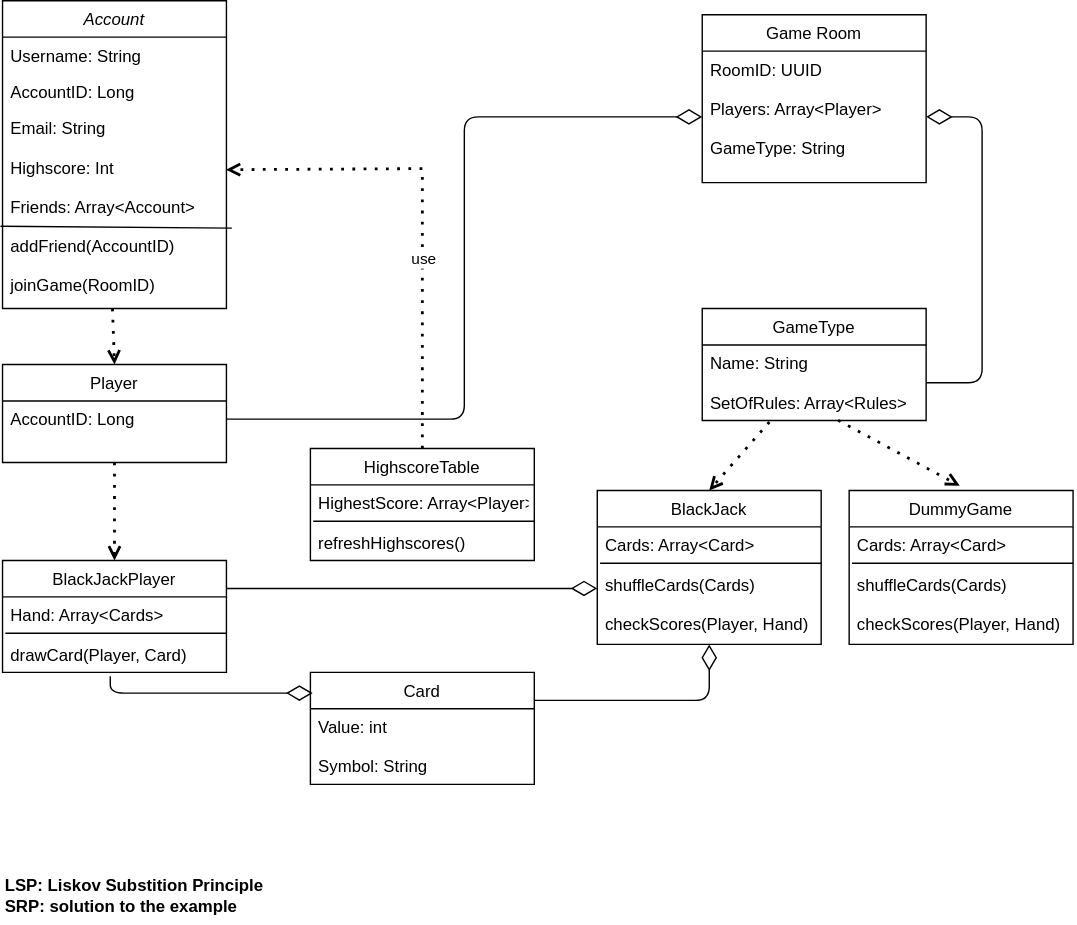
Above: Documentation/CRC.svg in SE-TINF22B6/time2shine (draw.io), before the change. Source tidied: cells renumbered, new cells last; positions are measured from the earlier drawing's top-left corner, leaving out a move shared by most shapes. Source of this version:
```xml
<mxGraphModel>
  <root>
    <mxCell id="0" />
    <mxCell id="1" parent="0" />
    <mxCell id="2" value="Account" style="swimlane;fontStyle=2;align=center;verticalAlign=top;horizontal=1;startSize=26;rounded=0;shadow=0;strokeWidth=1;" parent="1" vertex="1">
      <mxGeometry width="160" height="220" as="geometry" />
    </mxCell>
    <mxCell id="3" value="Username: String" style="text;align=left;verticalAlign=top;spacingLeft=4;spacingRight=4;overflow=hidden;" parent="2" vertex="1">
      <mxGeometry y="26" width="160" height="26" as="geometry" />
    </mxCell>
    <mxCell id="4" value="AccountID: Long" style="text;align=left;verticalAlign=top;spacingLeft=4;spacingRight=4;overflow=hidden;rounded=0;shadow=0;html=0;" parent="2" vertex="1">
      <mxGeometry y="52" width="160" height="26" as="geometry" />
    </mxCell>
    <mxCell id="5" value="Email: String&#10;&#10;Highscore: Int&#10;&#10;Friends: Array&lt;Account&gt;&#10;&#10;addFriend(AccountID)&#10;&#10;joinGame(RoomID)" style="text;align=left;verticalAlign=top;spacingLeft=4;spacingRight=4;overflow=hidden;points=[[0,0.5],[1,0.5]];portConstraint=eastwest;rounded=0;shadow=0;html=0;" parent="2" vertex="1">
      <mxGeometry y="78" width="160" height="142" as="geometry" />
    </mxCell>
    <mxCell id="6" style="endArrow=none;html=1;rounded=0;exitX=1.024;exitY=0.595;exitDx=0;exitDy=0;exitPerimeter=0;entryX=-0.009;entryY=0.586;entryDx=0;entryDy=0;entryPerimeter=0;" parent="2" edge="1" source="5" target="5">
      <mxGeometry relative="1" as="geometry" />
    </mxCell>
    <mxCell id="7" value="Game Room" style="swimlane;fontStyle=0;align=center;verticalAlign=top;horizontal=1;startSize=26;rounded=0;shadow=0;strokeWidth=1;" parent="1" vertex="1">
      <mxGeometry x="500" y="10" width="160" height="120" as="geometry" />
    </mxCell>
    <mxCell id="8" value="RoomID: UUID&#10;&#10;Players: Array&lt;Player&gt;&#10;&#10;GameType: String" style="text;align=left;verticalAlign=top;spacingLeft=4;spacingRight=4;overflow=hidden;points=[[0,0.5],[1,0.5]];portConstraint=eastwest;" parent="7" vertex="1">
      <mxGeometry y="26" width="160" height="94" as="geometry" />
    </mxCell>
    <mxCell id="9" value="Player" style="swimlane;fontStyle=0;align=center;verticalAlign=top;horizontal=1;startSize=26;rounded=0;shadow=0;strokeWidth=1;" parent="1" vertex="1">
      <mxGeometry y="260" width="160" height="70" as="geometry" />
    </mxCell>
    <mxCell id="10" value="AccountID: Long" style="text;align=left;verticalAlign=top;spacingLeft=4;spacingRight=4;overflow=hidden;points=[[0,0.5],[1,0.5]];portConstraint=eastwest;" parent="9" vertex="1">
      <mxGeometry y="26" width="160" height="26" as="geometry" />
    </mxCell>
    <mxCell id="11" value="GameType" style="swimlane;fontStyle=0;align=center;verticalAlign=top;horizontal=1;startSize=26;rounded=0;shadow=0;strokeWidth=1;" parent="1" vertex="1">
      <mxGeometry x="500" y="220" width="160" height="80" as="geometry" />
    </mxCell>
    <mxCell id="12" value="Name: String&#10;&#10;SetOfRules: Array&lt;Rules&gt;" style="text;align=left;verticalAlign=top;spacingLeft=4;spacingRight=4;overflow=hidden;points=[[0,0.5],[1,0.5]];portConstraint=eastwest;" parent="11" vertex="1">
      <mxGeometry y="26" width="160" height="54" as="geometry" />
    </mxCell>
    <mxCell id="13" value="HighscoreTable" style="swimlane;fontStyle=0;align=center;verticalAlign=top;horizontal=1;startSize=26;rounded=0;shadow=0;strokeWidth=1;" parent="1" vertex="1">
      <mxGeometry x="220" y="320" width="160" height="80" as="geometry" />
    </mxCell>
    <mxCell id="14" value="HighestScore: Array&lt;Player&gt;&#10;&#10;refreshHighscores()" style="text;align=left;verticalAlign=top;spacingLeft=4;spacingRight=4;overflow=hidden;" parent="13" vertex="1">
      <mxGeometry y="26" width="160" height="54" as="geometry" />
    </mxCell>
    <mxCell id="15" style="endArrow=none;html=1;rounded=0;exitX=0.992;exitY=0.731;exitDx=0;exitDy=0;exitPerimeter=0;entryX=0.008;entryY=0.731;entryDx=0;entryDy=0;entryPerimeter=0;" parent="13" edge="1">
      <mxGeometry relative="1" as="geometry">
        <mxPoint x="160" y="52" as="sourcePoint" />
        <mxPoint x="2" y="52" as="targetPoint" />
      </mxGeometry>
    </mxCell>
    <mxCell id="16" style="endArrow=open;dashed=1;html=1;dashPattern=1 3;strokeWidth=2;rounded=0;exitX=0.491;exitY=1;exitDx=0;exitDy=0;exitPerimeter=0;entryX=0.5;entryY=0;entryDx=0;entryDy=0;" parent="1" edge="1" source="5" target="9">
      <mxGeometry relative="1" as="geometry" />
    </mxCell>
    <mxCell id="17" style="endArrow=open;dashed=1;html=1;dashPattern=1 3;strokeWidth=2;rounded=0;exitX=0.5;exitY=0;exitDx=0;exitDy=0;entryX=0.998;entryY=0.301;entryDx=0;entryDy=0;entryPerimeter=0;" parent="1" edge="1" source="13" target="5">
      <mxGeometry relative="1" as="geometry">
        <Array as="points">
          <mxPoint x="300" y="120" />
        </Array>
      </mxGeometry>
    </mxCell>
    <mxCell id="18" value="use" style="edgeLabel;html=1;align=center;verticalAlign=middle;" parent="17" vertex="1">
      <mxGeometry x="-0.21" y="-1" relative="1" as="geometry" />
    </mxCell>
    <mxCell id="19" style="edgeStyle=orthogonalEdgeStyle;html=1;labelBackgroundColor=none;startFill=0;startSize=8;endArrow=diamondThin;endFill=0;endSize=16;fontFamily=Verdana;fontSize=12;exitX=1;exitY=0.5;exitDx=0;exitDy=0;entryX=1;entryY=0.5;entryDx=0;entryDy=0;" parent="1" edge="1" source="12" target="8">
      <mxGeometry relative="1" as="geometry">
        <Array as="points">
          <mxPoint x="700" y="273" />
          <mxPoint x="700" y="83" />
        </Array>
      </mxGeometry>
    </mxCell>
    <mxCell id="20" style="edgeStyle=orthogonalEdgeStyle;html=1;labelBackgroundColor=none;startFill=0;startSize=8;endArrow=diamondThin;endFill=0;endSize=16;fontFamily=Verdana;fontSize=12;" parent="1" edge="1" source="10" target="8">
      <mxGeometry relative="1" as="geometry" />
    </mxCell>
    <mxCell id="21" value="BlackJack" style="swimlane;fontStyle=0;align=center;verticalAlign=top;horizontal=1;startSize=26;rounded=0;shadow=0;strokeWidth=1;" parent="1" vertex="1">
      <mxGeometry x="425" y="350" width="160" height="110" as="geometry" />
    </mxCell>
    <mxCell id="22" value="Cards: Array&lt;Card&gt;&#10;&#10;shuffleCards(Cards)&#10;&#10;checkScores(Player, Hand)" style="text;align=left;verticalAlign=top;spacingLeft=4;spacingRight=4;overflow=hidden;" parent="21" vertex="1">
      <mxGeometry y="26" width="160" height="84" as="geometry" />
    </mxCell>
    <mxCell id="23" style="endArrow=none;html=1;rounded=0;exitX=0.992;exitY=0.731;exitDx=0;exitDy=0;exitPerimeter=0;entryX=0.008;entryY=0.731;entryDx=0;entryDy=0;entryPerimeter=0;" parent="21" edge="1">
      <mxGeometry relative="1" as="geometry">
        <mxPoint x="160" y="52" as="sourcePoint" />
        <mxPoint x="2" y="52" as="targetPoint" />
      </mxGeometry>
    </mxCell>
    <mxCell id="24" style="endArrow=open;dashed=1;html=1;dashPattern=1 3;strokeWidth=2;rounded=0;exitX=0.3;exitY=1.019;exitDx=0;exitDy=0;exitPerimeter=0;entryX=0.5;entryY=0;entryDx=0;entryDy=0;" parent="1" edge="1" source="12" target="21">
      <mxGeometry relative="1" as="geometry" />
    </mxCell>
    <mxCell id="25" value="Card" style="swimlane;fontStyle=0;align=center;verticalAlign=top;horizontal=1;startSize=26;rounded=0;shadow=0;strokeWidth=1;" parent="1" vertex="1">
      <mxGeometry x="220" y="480" width="160" height="80" as="geometry" />
    </mxCell>
    <mxCell id="26" value="Value: int&#10;&#10;Symbol: String" style="text;align=left;verticalAlign=top;spacingLeft=4;spacingRight=4;overflow=hidden;" parent="25" vertex="1">
      <mxGeometry y="26" width="160" height="54" as="geometry" />
    </mxCell>
    <mxCell id="27" value="BlackJackPlayer" style="swimlane;fontStyle=0;align=center;verticalAlign=top;horizontal=1;startSize=26;rounded=0;shadow=0;strokeWidth=1;" parent="1" vertex="1">
      <mxGeometry y="400" width="160" height="80" as="geometry" />
    </mxCell>
    <mxCell id="28" value="Hand: Array&lt;Cards&gt;&#10;&#10;drawCard(Player, Card)" style="text;align=left;verticalAlign=top;spacingLeft=4;spacingRight=4;overflow=hidden;points=[[0,0.5],[1,0.5]];portConstraint=eastwest;" parent="27" vertex="1">
      <mxGeometry y="26" width="160" height="54" as="geometry" />
    </mxCell>
    <mxCell id="29" style="endArrow=none;html=1;rounded=0;exitX=0.992;exitY=0.731;exitDx=0;exitDy=0;exitPerimeter=0;entryX=0.008;entryY=0.731;entryDx=0;entryDy=0;entryPerimeter=0;" parent="27" edge="1">
      <mxGeometry relative="1" as="geometry">
        <mxPoint x="160" y="52" as="sourcePoint" />
        <mxPoint x="2" y="52" as="targetPoint" />
      </mxGeometry>
    </mxCell>
    <mxCell id="30" style="endArrow=open;dashed=1;html=1;dashPattern=1 3;strokeWidth=2;rounded=0;entryX=0.5;entryY=0;entryDx=0;entryDy=0;exitX=0.5;exitY=1;exitDx=0;exitDy=0;" parent="1" edge="1" source="9" target="27">
      <mxGeometry relative="1" as="geometry" />
    </mxCell>
    <mxCell id="31" style="edgeStyle=orthogonalEdgeStyle;html=1;labelBackgroundColor=none;startFill=0;startSize=8;endArrow=diamondThin;endFill=0;endSize=16;fontFamily=Verdana;fontSize=12;exitX=1;exitY=0.25;exitDx=0;exitDy=0;" parent="1" edge="1" source="27">
      <mxGeometry relative="1" as="geometry">
        <mxPoint x="425" y="420" as="targetPoint" />
      </mxGeometry>
    </mxCell>
    <mxCell id="32" style="edgeStyle=orthogonalEdgeStyle;html=1;labelBackgroundColor=none;startFill=0;startSize=8;endArrow=diamondThin;endFill=0;endSize=16;fontFamily=Verdana;fontSize=12;exitX=0.481;exitY=1.052;exitDx=0;exitDy=0;exitPerimeter=0;entryX=0.01;entryY=0.185;entryDx=0;entryDy=0;entryPerimeter=0;" parent="1" edge="1" source="28" target="25">
      <mxGeometry relative="1" as="geometry">
        <Array as="points">
          <mxPoint x="77" y="495" />
        </Array>
      </mxGeometry>
    </mxCell>
    <mxCell id="33" style="edgeStyle=orthogonalEdgeStyle;html=1;labelBackgroundColor=none;startFill=0;startSize=8;endArrow=diamondThin;endFill=0;endSize=16;fontFamily=Verdana;fontSize=12;entryX=0.5;entryY=1;entryDx=0;entryDy=0;exitX=1;exitY=0.25;exitDx=0;exitDy=0;" parent="1" edge="1" source="25" target="21">
      <mxGeometry relative="1" as="geometry" />
    </mxCell>
    <mxCell id="34" value="DummyGame" style="swimlane;fontStyle=0;align=center;verticalAlign=top;horizontal=1;startSize=26;rounded=0;shadow=0;strokeWidth=1;" parent="1" vertex="1">
      <mxGeometry x="605" y="350" width="160" height="110" as="geometry" />
    </mxCell>
    <mxCell id="35" value="Cards: Array&lt;Card&gt;&#10;&#10;shuffleCards(Cards)&#10;&#10;checkScores(Player, Hand)" style="text;align=left;verticalAlign=top;spacingLeft=4;spacingRight=4;overflow=hidden;" parent="34" vertex="1">
      <mxGeometry y="26" width="160" height="84" as="geometry" />
    </mxCell>
    <mxCell id="36" style="endArrow=none;html=1;rounded=0;exitX=0.992;exitY=0.731;exitDx=0;exitDy=0;exitPerimeter=0;entryX=0.008;entryY=0.731;entryDx=0;entryDy=0;entryPerimeter=0;" parent="34" edge="1">
      <mxGeometry relative="1" as="geometry">
        <mxPoint x="160" y="52" as="sourcePoint" />
        <mxPoint x="2" y="52" as="targetPoint" />
      </mxGeometry>
    </mxCell>
    <mxCell id="37" style="endArrow=open;dashed=1;html=1;dashPattern=1 3;strokeWidth=2;rounded=0;exitX=0.607;exitY=0.997;exitDx=0;exitDy=0;exitPerimeter=0;entryX=0.494;entryY=-0.03;entryDx=0;entryDy=0;entryPerimeter=0;" parent="1" edge="1" source="12" target="34">
      <mxGeometry relative="1" as="geometry" />
    </mxCell>
    <mxCell id="38" value="LSP: Liskov Substition Principle&lt;br&gt;SRP: solution to the example" style="text;html=1;align=left;verticalAlign=middle;strokeColor=none;fillColor=none;fontStyle=1;" parent="1" vertex="1">
      <mxGeometry y="620" width="210" height="40" as="geometry" />
    </mxCell>
  </root>
</mxGraphModel>
```
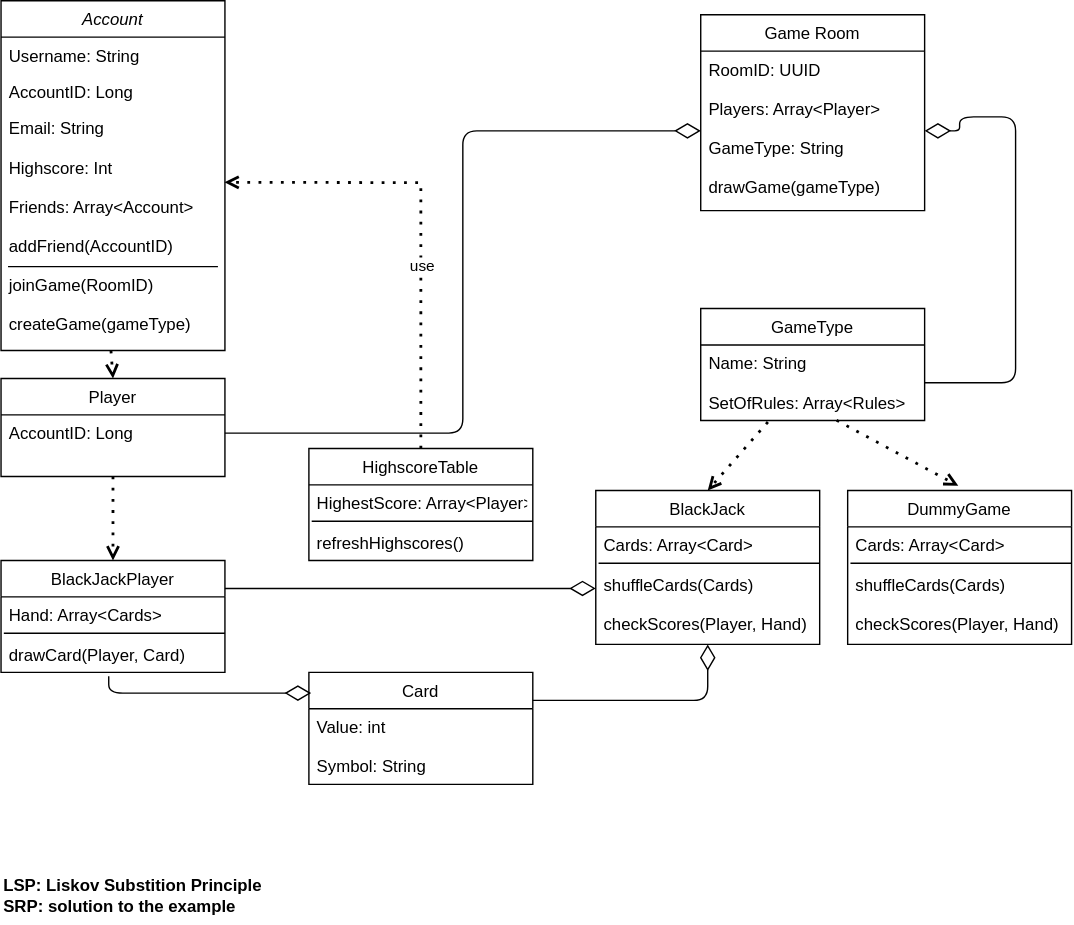
Later version of the same file.

The edit, as a diff of the source:
```diff
@@ -3,7 +3,7 @@
     <mxCell id="0" />
     <mxCell id="1" parent="0" />
     <mxCell id="2" value="Account" style="swimlane;fontStyle=2;align=center;verticalAlign=top;horizontal=1;startSize=26;rounded=0;shadow=0;strokeWidth=1;" parent="1" vertex="1">
-      <mxGeometry width="160" height="220" as="geometry" />
+      <mxGeometry width="160" height="250" as="geometry" />
     </mxCell>
     <mxCell id="3" value="Username: String" style="text;align=left;verticalAlign=top;spacingLeft=4;spacingRight=4;overflow=hidden;" parent="2" vertex="1">
       <mxGeometry y="26" width="160" height="26" as="geometry" />
@@ -11,20 +11,23 @@
     <mxCell id="4" value="AccountID: Long" style="text;align=left;verticalAlign=top;spacingLeft=4;spacingRight=4;overflow=hidden;rounded=0;shadow=0;html=0;" parent="2" vertex="1">
       <mxGeometry y="52" width="160" height="26" as="geometry" />
     </mxCell>
-    <mxCell id="5" value="Email: String&#10;&#10;Highscore: Int&#10;&#10;Friends: Array&lt;Account&gt;&#10;&#10;addFriend(AccountID)&#10;&#10;joinGame(RoomID)" style="text;align=left;verticalAlign=top;spacingLeft=4;spacingRight=4;overflow=hidden;points=[[0,0.5],[1,0.5]];portConstraint=eastwest;rounded=0;shadow=0;html=0;" parent="2" vertex="1">
-      <mxGeometry y="78" width="160" height="142" as="geometry" />
+    <mxCell id="5" value="Email: String&#10;&#10;Highscore: Int&#10;&#10;Friends: Array&lt;Account&gt;&#10;&#10;addFriend(AccountID)&#10;&#10;joinGame(RoomID)&#10;&#10;createGame(gameType)&#10;" style="text;align=left;verticalAlign=top;spacingLeft=4;spacingRight=4;overflow=hidden;points=[[0,0.5],[1,0.5]];portConstraint=eastwest;rounded=0;shadow=0;html=0;" parent="2" vertex="1">
+      <mxGeometry y="78" width="160" height="172" as="geometry" />
     </mxCell>
-    <mxCell id="6" style="endArrow=none;html=1;rounded=0;exitX=1.024;exitY=0.595;exitDx=0;exitDy=0;exitPerimeter=0;entryX=-0.009;entryY=0.586;entryDx=0;entryDy=0;entryPerimeter=0;" parent="2" edge="1" source="5" target="5">
-      <mxGeometry relative="1" as="geometry" />
-    </mxCell>
+    <mxCell id="39" style="endArrow=none;html=1;rounded=0;" parent="2" edge="1">
+      <mxGeometry relative="1" as="geometry">
+        <mxPoint x="5" y="190" as="sourcePoint" />
+        <mxPoint x="155" y="190" as="targetPoint" />
+      </mxGeometry>
+    </mxCell>
     <mxCell id="7" value="Game Room" style="swimlane;fontStyle=0;align=center;verticalAlign=top;horizontal=1;startSize=26;rounded=0;shadow=0;strokeWidth=1;" parent="1" vertex="1">
-      <mxGeometry x="500" y="10" width="160" height="120" as="geometry" />
+      <mxGeometry x="500" y="10" width="160" height="140" as="geometry" />
     </mxCell>
-    <mxCell id="8" value="RoomID: UUID&#10;&#10;Players: Array&lt;Player&gt;&#10;&#10;GameType: String" style="text;align=left;verticalAlign=top;spacingLeft=4;spacingRight=4;overflow=hidden;points=[[0,0.5],[1,0.5]];portConstraint=eastwest;" parent="7" vertex="1">
-      <mxGeometry y="26" width="160" height="94" as="geometry" />
+    <mxCell id="8" value="RoomID: UUID&#10;&#10;Players: Array&lt;Player&gt;&#10;&#10;GameType: String&#10;&#10;drawGame(gameType)&#10;" style="text;align=left;verticalAlign=top;spacingLeft=4;spacingRight=4;overflow=hidden;points=[[0,0.5],[1,0.5]];portConstraint=eastwest;" parent="7" vertex="1">
+      <mxGeometry y="26" width="160" height="114" as="geometry" />
     </mxCell>
     <mxCell id="9" value="Player" style="swimlane;fontStyle=0;align=center;verticalAlign=top;horizontal=1;startSize=26;rounded=0;shadow=0;strokeWidth=1;" parent="1" vertex="1">
-      <mxGeometry y="260" width="160" height="70" as="geometry" />
+      <mxGeometry y="270" width="160" height="70" as="geometry" />
     </mxCell>
     <mxCell id="10" value="AccountID: Long" style="text;align=left;verticalAlign=top;spacingLeft=4;spacingRight=4;overflow=hidden;points=[[0,0.5],[1,0.5]];portConstraint=eastwest;" parent="9" vertex="1">
       <mxGeometry y="26" width="160" height="26" as="geometry" />
@@ -53,7 +56,7 @@
     <mxCell id="17" style="endArrow=open;dashed=1;html=1;dashPattern=1 3;strokeWidth=2;rounded=0;exitX=0.5;exitY=0;exitDx=0;exitDy=0;entryX=0.998;entryY=0.301;entryDx=0;entryDy=0;entryPerimeter=0;" parent="1" edge="1" source="13" target="5">
       <mxGeometry relative="1" as="geometry">
         <Array as="points">
-          <mxPoint x="300" y="120" />
+          <mxPoint x="300" y="130" />
         </Array>
       </mxGeometry>
     </mxCell>
@@ -63,8 +66,10 @@
     <mxCell id="19" style="edgeStyle=orthogonalEdgeStyle;html=1;labelBackgroundColor=none;startFill=0;startSize=8;endArrow=diamondThin;endFill=0;endSize=16;fontFamily=Verdana;fontSize=12;exitX=1;exitY=0.5;exitDx=0;exitDy=0;entryX=1;entryY=0.5;entryDx=0;entryDy=0;" parent="1" edge="1" source="12" target="8">
       <mxGeometry relative="1" as="geometry">
         <Array as="points">
-          <mxPoint x="700" y="273" />
-          <mxPoint x="700" y="83" />
+          <mxPoint x="725" y="273" />
+          <mxPoint x="725" y="83" />
+          <mxPoint x="685" y="83" />
+          <mxPoint x="685" y="93" />
         </Array>
       </mxGeometry>
     </mxCell>
```
